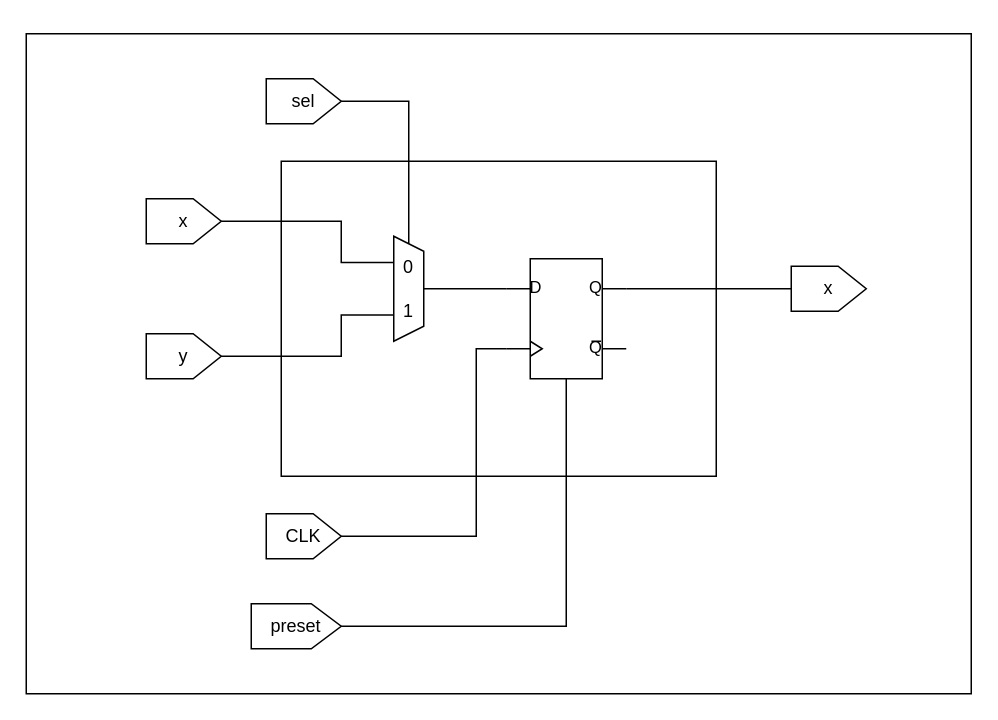
Earlier version of the draw.io diagram page "Parallel-serial" (6 of 10) of Uart.drawio (FlavioRenzi/UART_Project). Source tidied: cells renumbered, new cells numbered last; positions are measured from the earlier drawing's top-left corner, leaving out a move shared by most shapes. Both pictures are drawn from the tidied source at 150%, with x=0, y=0 at pixel (26, 33).
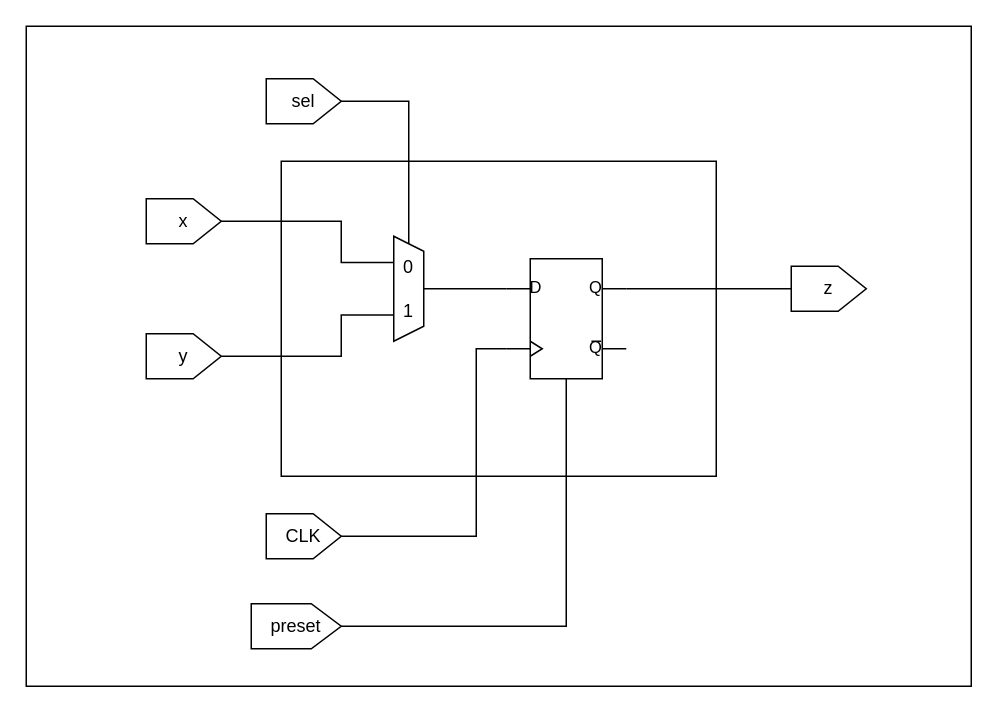
Above is the later version.

What changed in the source:
```diff
@@
-    <mxCell id="12" value="x" style="shape=offPageConnector;whiteSpace=wrap;html=1;rotation=0;direction=north;" parent="1" vertex="1">
+    <mxCell id="12" value="z" style="shape=offPageConnector;whiteSpace=wrap;html=1;rotation=0;direction=north;" parent="1" vertex="1">
       <mxGeometry x="510" y="155" width="50" height="30" as="geometry" />
     </mxCell>
@@
     <mxCell id="17" style="rounded=0;whiteSpace=wrap;html=1;fillColor=none;" parent="1" vertex="1">
-      <mxGeometry width="630" height="440" as="geometry" />
+      <mxGeometry y="-5" width="630" height="440" as="geometry" />
     </mxCell>
```
